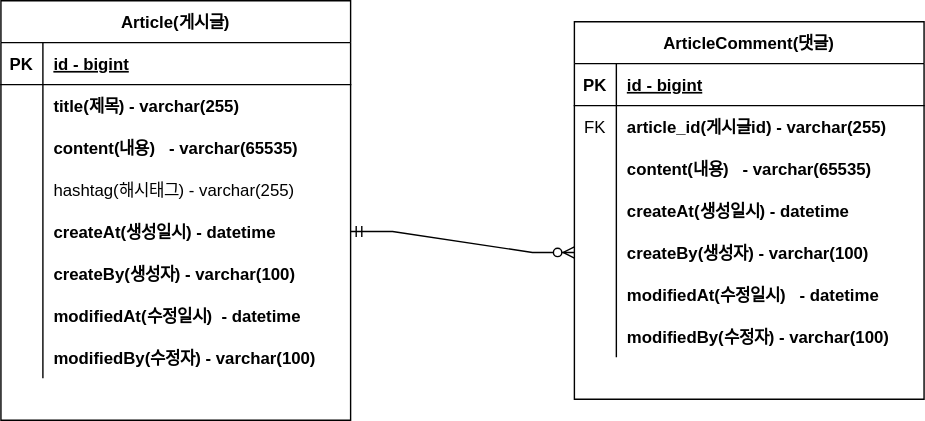
Above: document/project-board-erd.svg in LeeChangHoon12/springboot-board-practice (draw.io), before the change. Source tidied: cells renumbered, new cells last; positions are measured from the earlier drawing's top-left corner, leaving out a move shared by most shapes.
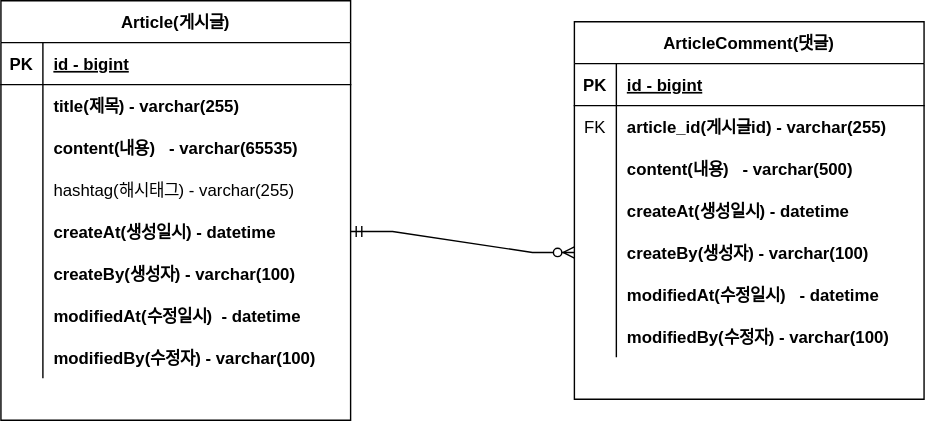
The same file after the commit.

Commit message:
#12 - erd 업데이트

What changed in the source:
```diff
@@ -104,7 +104,7 @@
     <mxCell id="35" style="shape=partialRectangle;overflow=hidden;fillColor=none;top=0;left=0;bottom=0;right=0;" parent="34" vertex="1">
       <mxGeometry width="30" height="30" as="geometry" />
     </mxCell>
-    <mxCell id="36" value="content(내용)   - varchar(65535)" style="shape=partialRectangle;overflow=hidden;fillColor=none;top=0;left=0;bottom=0;right=0;align=left;spacingLeft=6;fontStyle=1;" parent="34" vertex="1">
+    <mxCell id="36" value="content(내용)   - varchar(500)" style="shape=partialRectangle;overflow=hidden;fillColor=none;top=0;left=0;bottom=0;right=0;align=left;spacingLeft=6;fontStyle=1;" parent="34" vertex="1">
       <mxGeometry x="30" width="220" height="30" as="geometry" />
     </mxCell>
     <mxCell id="37" style="shape=partialRectangle;fillColor=none;top=0;left=0;right=0;bottom=0;" parent="27" vertex="1">
```
